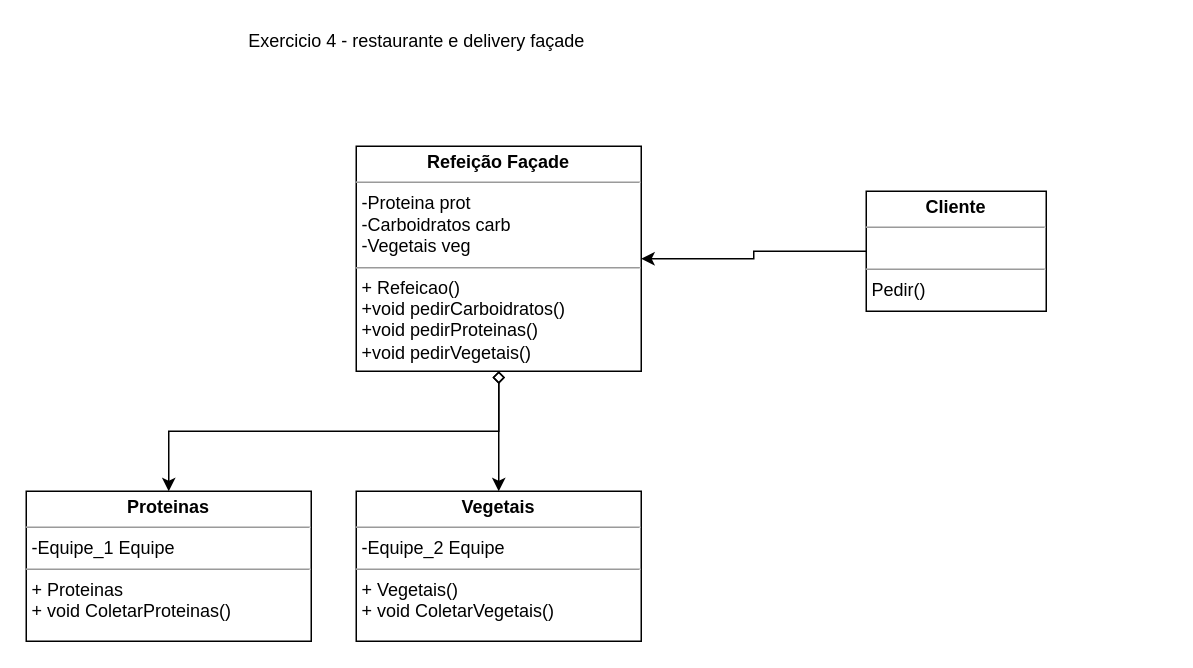
This is page "Sistema_Restaurante" (4 of 4) of Arq_ADO_1.drawio from MatheusSantosDev/diagramas-UML, a draw.io file, before an edit. Source tidied: cells renumbered, new cells numbered last; positions are measured from the earlier drawing's top-left corner, leaving out a move shared by most shapes. Both pictures are drawn from the tidied source at 150%, with x=0, y=0 at pixel (26, 26).
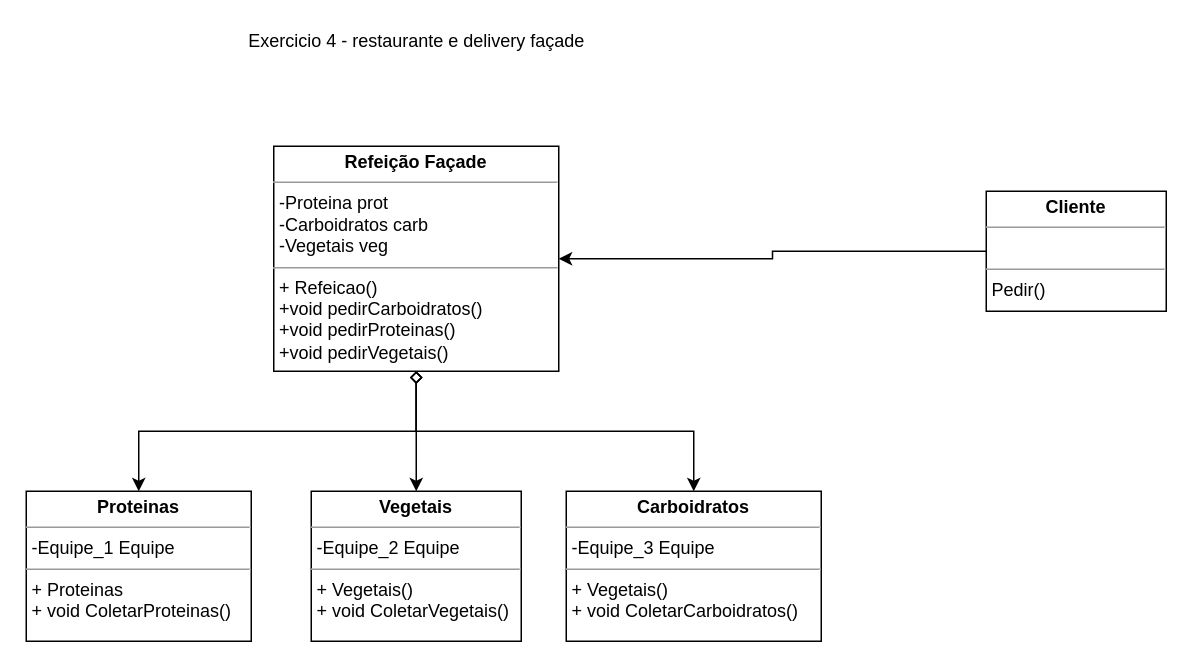
The same diagram, later.

Diff of the diagram source:
```diff
@@
 <mxGraphModel>
   <root>
     <mxCell id="0" />
     <mxCell id="1" parent="0" />
     <mxCell id="2" value="Exercicio 4 - restaurante e delivery façade" style="text;html=1;align=center;verticalAlign=middle;" parent="1" vertex="1">
       <mxGeometry x="140" width="240" height="20" as="geometry" />
     </mxCell>
     <mxCell id="3" style="edgeStyle=orthogonalEdgeStyle;rounded=0;jettySize=auto;html=1;exitX=0;exitY=0.5;exitDx=0;exitDy=0;" parent="1" edge="1" source="4" target="7">
       <mxGeometry relative="1" as="geometry" />
     </mxCell>
     <mxCell id="4" value="&lt;p style=&quot;margin: 0px ; margin-top: 4px ; text-align: center&quot;&gt;&lt;b&gt;Cliente&lt;/b&gt;&lt;/p&gt;&lt;hr size=&quot;1&quot;&gt;&lt;p style=&quot;margin: 0px ; margin-left: 4px&quot;&gt;&lt;br&gt;&lt;/p&gt;&lt;hr size=&quot;1&quot;&gt;&lt;p style=&quot;margin: 0px ; margin-left: 4px&quot;&gt;Pedir()&lt;/p&gt;" style="verticalAlign=top;align=left;overflow=fill;fontSize=12;fontFamily=Helvetica;html=1;" parent="1" vertex="1">
-      <mxGeometry x="560" y="110" width="120" height="80" as="geometry" />
+      <mxGeometry x="640" y="110" width="120" height="80" as="geometry" />
     </mxCell>
     <mxCell id="5" style="edgeStyle=orthogonalEdgeStyle;rounded=0;jettySize=auto;html=1;startArrow=diamond;startFill=0;" parent="1" edge="1" source="7" target="8">
       <mxGeometry relative="1" as="geometry" />
     </mxCell>
     <mxCell id="6" style="edgeStyle=orthogonalEdgeStyle;rounded=0;jettySize=auto;html=1;exitX=0.5;exitY=1;exitDx=0;exitDy=0;startArrow=diamond;startFill=0;" parent="1" edge="1" source="7" target="9">
       <mxGeometry relative="1" as="geometry" />
     </mxCell>
+    <mxCell id="10" style="edgeStyle=orthogonalEdgeStyle;rounded=0;jettySize=auto;html=1;exitX=0.5;exitY=1;exitDx=0;exitDy=0;entryX=0.5;entryY=0;entryDx=0;entryDy=0;startArrow=diamond;startFill=0;" parent="1" edge="1" source="7" target="11">
+      <mxGeometry relative="1" as="geometry" />
+    </mxCell>
     <mxCell id="7" value="&lt;p style=&quot;margin: 0px ; margin-top: 4px ; text-align: center&quot;&gt;&lt;b&gt;Refeição Façade&lt;/b&gt;&lt;/p&gt;&lt;hr size=&quot;1&quot;&gt;&lt;p style=&quot;margin: 0px ; margin-left: 4px&quot;&gt;-Proteina prot&lt;/p&gt;&lt;p style=&quot;margin: 0px ; margin-left: 4px&quot;&gt;-Carboidratos carb&lt;/p&gt;&lt;p style=&quot;margin: 0px ; margin-left: 4px&quot;&gt;-Vegetais veg&lt;/p&gt;&lt;hr size=&quot;1&quot;&gt;&lt;p style=&quot;margin: 0px ; margin-left: 4px&quot;&gt;+ Refeicao()&lt;br&gt;+void pedirCarboidratos()&lt;/p&gt;&lt;p style=&quot;margin: 0px ; margin-left: 4px&quot;&gt;+void pedirProteinas()&lt;/p&gt;&lt;p style=&quot;margin: 0px ; margin-left: 4px&quot;&gt;+void pedirVegetais()&lt;br&gt;&lt;/p&gt;" style="verticalAlign=top;align=left;overflow=fill;fontSize=12;fontFamily=Helvetica;html=1;" parent="1" vertex="1">
-      <mxGeometry x="220" y="80" width="190" height="150" as="geometry" />
+      <mxGeometry x="165" y="80" width="190" height="150" as="geometry" />
     </mxCell>
     <mxCell id="8" value="&lt;p style=&quot;margin: 0px ; margin-top: 4px ; text-align: center&quot;&gt;&lt;b&gt;Vegetais&lt;/b&gt;&lt;/p&gt;&lt;hr size=&quot;1&quot;&gt;&lt;p style=&quot;margin: 0px ; margin-left: 4px&quot;&gt;-Equipe_2 Equipe&lt;/p&gt;&lt;hr size=&quot;1&quot;&gt;&lt;p style=&quot;margin: 0px ; margin-left: 4px&quot;&gt;+ Vegetais()&lt;br&gt;+ void ColetarVegetais()&lt;/p&gt;" style="verticalAlign=top;align=left;overflow=fill;fontSize=12;fontFamily=Helvetica;html=1;" parent="1" vertex="1">
-      <mxGeometry x="220" y="310" width="190" height="100" as="geometry" />
+      <mxGeometry x="190" y="310" width="140" height="100" as="geometry" />
     </mxCell>
     <mxCell id="9" value="&lt;p style=&quot;margin: 0px ; margin-top: 4px ; text-align: center&quot;&gt;&lt;b&gt;Proteinas&lt;/b&gt;&lt;/p&gt;&lt;hr size=&quot;1&quot;&gt;&lt;p style=&quot;margin: 0px ; margin-left: 4px&quot;&gt;-Equipe_1 Equipe&lt;/p&gt;&lt;hr size=&quot;1&quot;&gt;&lt;p style=&quot;margin: 0px ; margin-left: 4px&quot;&gt;+ Proteinas&lt;br&gt;+ void ColetarProteinas()&lt;/p&gt;" style="verticalAlign=top;align=left;overflow=fill;fontSize=12;fontFamily=Helvetica;html=1;" parent="1" vertex="1">
-      <mxGeometry y="310" width="190" height="100" as="geometry" />
+      <mxGeometry y="310" width="150" height="100" as="geometry" />
     </mxCell>
+    <mxCell id="11" value="&lt;p style=&quot;margin: 0px ; margin-top: 4px ; text-align: center&quot;&gt;&lt;b&gt;Carboidratos&lt;/b&gt;&lt;/p&gt;&lt;hr size=&quot;1&quot;&gt;&lt;p style=&quot;margin: 0px ; margin-left: 4px&quot;&gt;-Equipe_3 Equipe&lt;/p&gt;&lt;hr size=&quot;1&quot;&gt;&lt;p style=&quot;margin: 0px ; margin-left: 4px&quot;&gt;+ Vegetais()&lt;br&gt;+ void ColetarCarboidratos()&lt;/p&gt;" style="verticalAlign=top;align=left;overflow=fill;fontSize=12;fontFamily=Helvetica;html=1;" parent="1" vertex="1">
+      <mxGeometry x="360" y="310" width="170" height="100" as="geometry" />
+    </mxCell>
   </root>
 </mxGraphModel>
```
